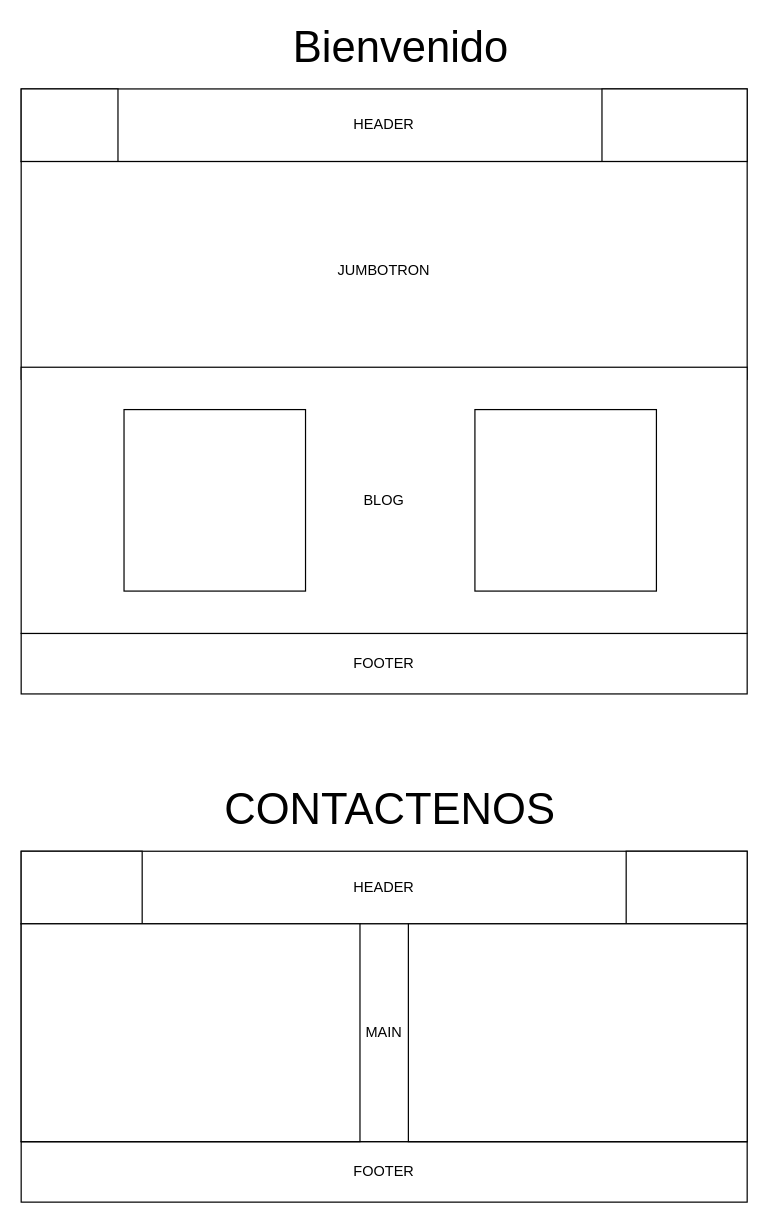
Earlier version of the draw.io diagram Prototipo landing.drawio (Cristhianjohanr/proyecto-web-estetica). Source tidied: cells renumbered, new cells numbered last; positions are measured from the earlier drawing's top-left corner, leaving out a move shared by most shapes. Both pictures are drawn from the tidied source at 121%, with x=0, y=0 at pixel (21, 28).
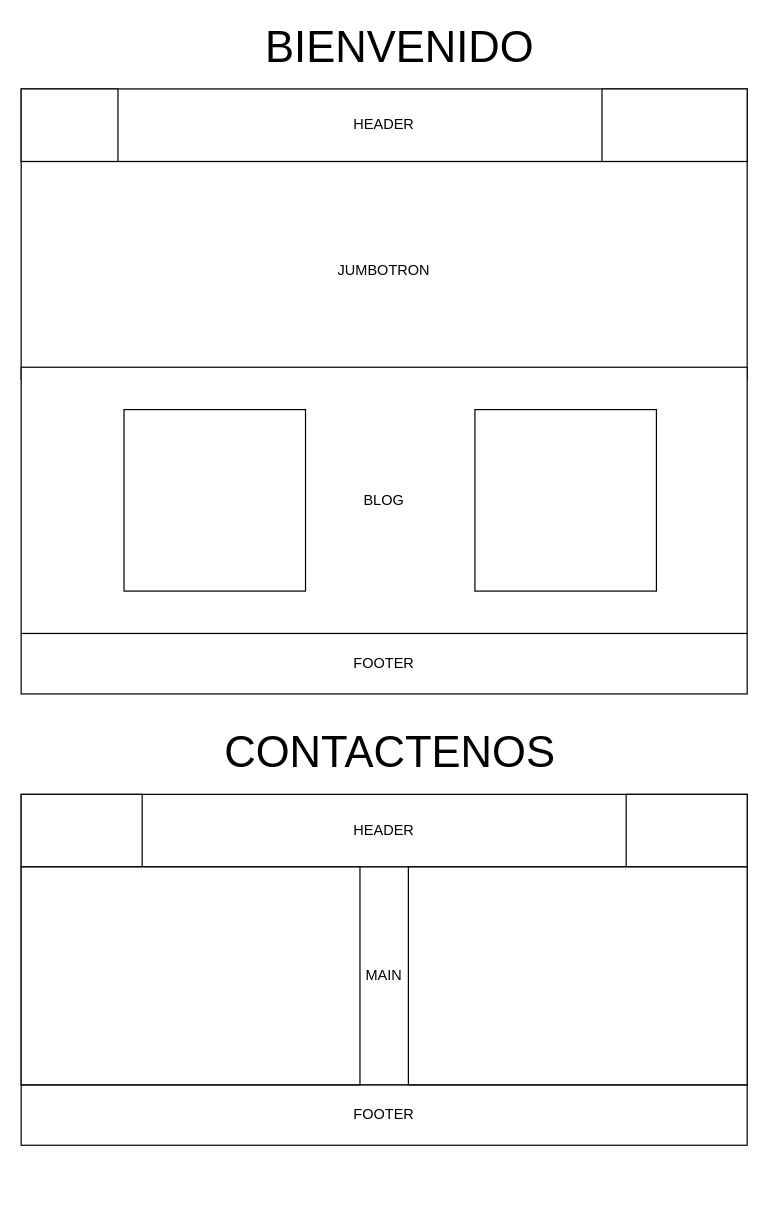
Above is the later version.

Change to the diagram source:
```diff
@@
 <mxGraphModel>
   <root>
     <mxCell id="0" />
     <mxCell id="1" parent="0" />
     <mxCell id="2" value="HEADER" style="rounded=0;whiteSpace=wrap;html=1;" parent="1" vertex="1">
       <mxGeometry y="50" width="600" height="60" as="geometry" />
     </mxCell>
     <mxCell id="3" value="FOOTER" style="rounded=0;whiteSpace=wrap;html=1;" parent="1" vertex="1">
       <mxGeometry y="500" width="600" height="50" as="geometry" />
     </mxCell>
     <mxCell id="4" style="rounded=0;whiteSpace=wrap;html=1;" parent="1" vertex="1">
       <mxGeometry y="50" width="80" height="60" as="geometry" />
     </mxCell>
     <mxCell id="5" style="whiteSpace=wrap;html=1;" parent="1" vertex="1">
       <mxGeometry x="480" y="50" width="120" height="60" as="geometry" />
     </mxCell>
     <mxCell id="6" value="JUMBOTRON" style="rounded=0;whiteSpace=wrap;html=1;" parent="1" vertex="1">
       <mxGeometry y="110" width="600" height="180" as="geometry" />
     </mxCell>
     <mxCell id="7" value="BLOG" style="rounded=0;whiteSpace=wrap;html=1;" parent="1" vertex="1">
       <mxGeometry y="280" width="600" height="220" as="geometry" />
     </mxCell>
     <mxCell id="8" value="HEADER" style="rounded=0;whiteSpace=wrap;html=1;" parent="1" vertex="1">
-      <mxGeometry y="680" width="600" height="60" as="geometry" />
+      <mxGeometry y="633" width="600" height="60" as="geometry" />
     </mxCell>
     <mxCell id="9" value="FOOTER" style="rounded=0;whiteSpace=wrap;html=1;" parent="1" vertex="1">
-      <mxGeometry y="920" width="600" height="50" as="geometry" />
+      <mxGeometry y="873" width="600" height="50" as="geometry" />
     </mxCell>
     <mxCell id="10" style="rounded=0;whiteSpace=wrap;html=1;" parent="1" vertex="1">
-      <mxGeometry y="680" width="100" height="60" as="geometry" />
+      <mxGeometry y="633" width="100" height="60" as="geometry" />
     </mxCell>
     <mxCell id="11" style="whiteSpace=wrap;html=1;" parent="1" vertex="1">
-      <mxGeometry x="500" y="680" width="100" height="60" as="geometry" />
+      <mxGeometry x="500" y="633" width="100" height="60" as="geometry" />
     </mxCell>
     <mxCell id="12" value="MAIN" style="rounded=0;whiteSpace=wrap;html=1;" parent="1" vertex="1">
-      <mxGeometry y="740" width="600" height="180" as="geometry" />
+      <mxGeometry y="693" width="600" height="180" as="geometry" />
     </mxCell>
     <mxCell id="13" value="&lt;font style=&quot;font-size: 36px;&quot;&gt;CONTACTENOS&lt;/font&gt;" style="text;html=1;strokeColor=none;fillColor=none;align=center;verticalAlign=middle;whiteSpace=wrap;rounded=0;" parent="1" vertex="1">
-      <mxGeometry x="290" y="630" width="30" height="30" as="geometry" />
+      <mxGeometry x="290" y="583" width="30" height="30" as="geometry" />
     </mxCell>
-    <mxCell id="14" value="&lt;font style=&quot;font-size: 36px;&quot;&gt;Bienvenido&lt;br&gt;&lt;/font&gt;" style="text;html=1;strokeColor=none;fillColor=none;align=center;verticalAlign=middle;whiteSpace=wrap;rounded=0;" parent="1" vertex="1">
-      <mxGeometry x="302" width="24" height="30" as="geometry" />
+    <mxCell id="14" value="&lt;font style=&quot;font-size: 36px;&quot;&gt;BIENVENIDO&lt;br&gt;&lt;/font&gt;" style="text;html=1;strokeColor=none;fillColor=none;align=center;verticalAlign=middle;whiteSpace=wrap;rounded=0;" parent="1" vertex="1">
+      <mxGeometry x="300" y="5" width="26" height="20" as="geometry" />
     </mxCell>
     <mxCell id="15" style="rounded=0;whiteSpace=wrap;html=1;" parent="1" vertex="1">
-      <mxGeometry y="740" width="280" height="180" as="geometry" />
+      <mxGeometry y="693" width="280" height="180" as="geometry" />
     </mxCell>
     <mxCell id="16" style="rounded=0;whiteSpace=wrap;html=1;" parent="1" vertex="1">
-      <mxGeometry x="320" y="740" width="280" height="180" as="geometry" />
+      <mxGeometry x="320" y="693" width="280" height="180" as="geometry" />
     </mxCell>
     <mxCell id="17" style="whiteSpace=wrap;html=1;" parent="1" vertex="1">
       <mxGeometry x="85" y="315" width="150" height="150" as="geometry" />
     </mxCell>
     <mxCell id="18" style="whiteSpace=wrap;html=1;" parent="1" vertex="1">
       <mxGeometry x="375" y="315" width="150" height="150" as="geometry" />
     </mxCell>
   </root>
 </mxGraphModel>
```
